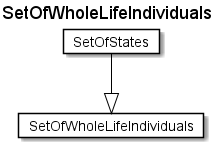
Before: fragments/diagrams/SetOfWholeLifeIndividuals.png, a diagram exported from PlantUML (rtigran/rdf2adoc).
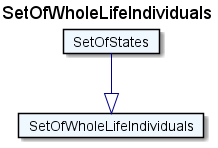
After the change.

Change to the diagram source:
```diff
@@ -1,11 +1,11 @@
 @startuml
 Title SetOfWholeLifeIndividuals
 
-Card SetOfWholeLifeIndividuals #fff [
+Card SetOfWholeLifeIndividuals #F0F8FF [
 SetOfWholeLifeIndividuals
 ]
-Card SetOfStates #fff [
+Card SetOfStates #F0F8FF [
 SetOfStates
 ]
-SetOfStates --|> SetOfWholeLifeIndividuals  #000
+SetOfStates --|> SetOfWholeLifeIndividuals  #00008B
 @enduml
```
